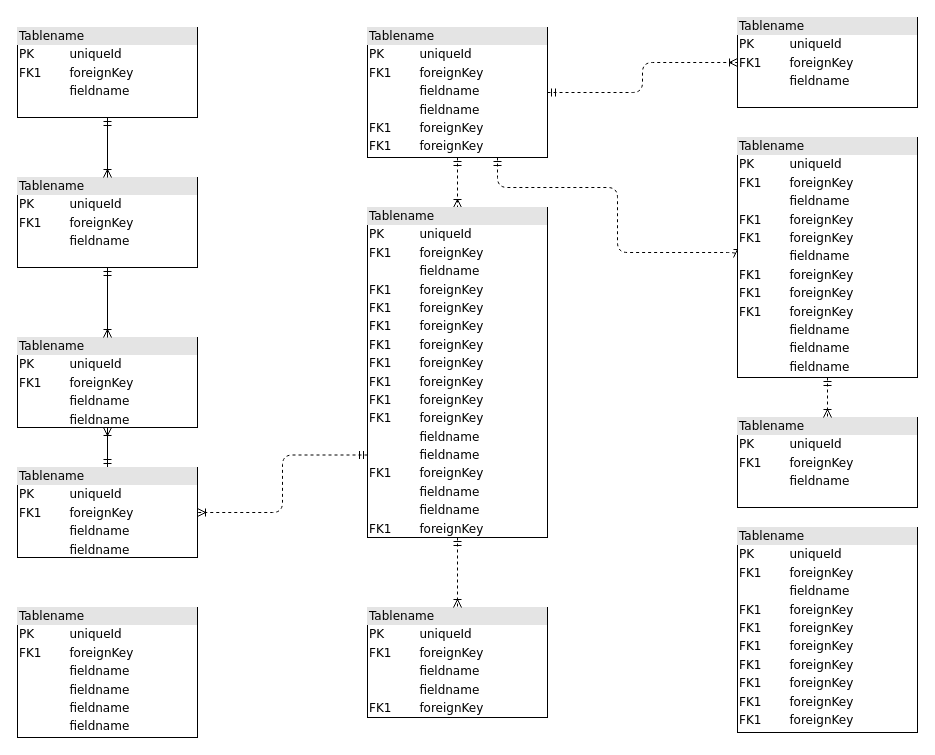
This is Diagrama sem nome.drawio from PauloRicardoMaciel/HotGarage, a draw.io file, before an edit. Source tidied: cells renumbered, new cells numbered last; positions are measured from the earlier drawing's top-left corner, leaving out a move shared by most shapes. Both pictures are drawn from the tidied source at 100%, with x=0, y=0 at pixel (17, 17).
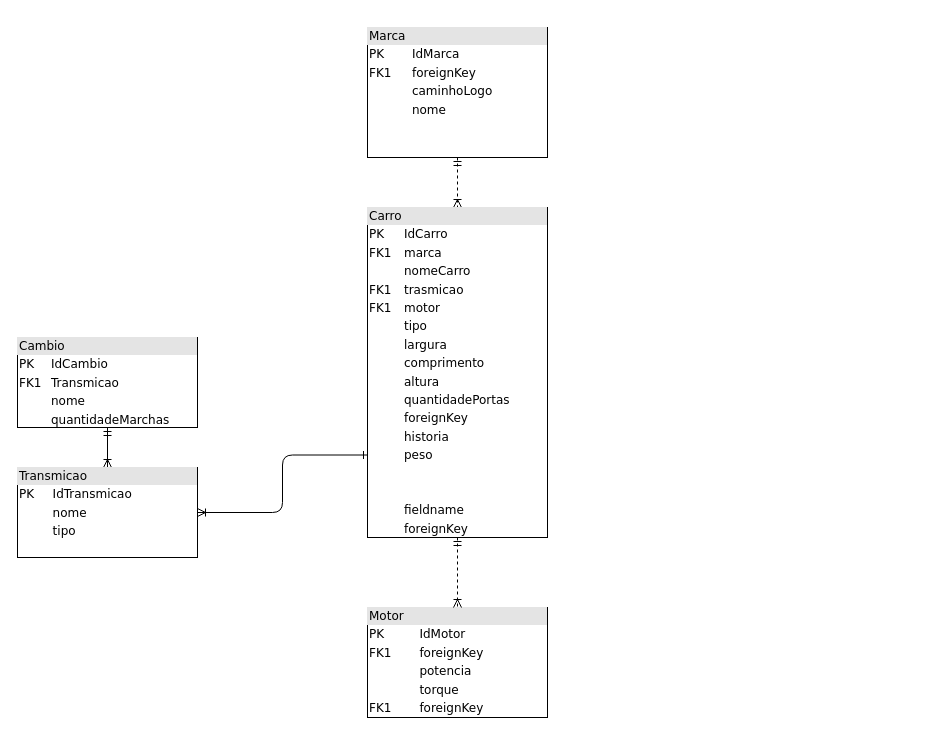
The same page after the edit.

Diff of the diagram source:
```diff
@@
-    <mxCell id="2" value="&lt;div style=&quot;box-sizing:border-box;width:100%;background:#e4e4e4;padding:2px;&quot;&gt;Tablename&lt;/div&gt;&lt;table style=&quot;width:100%;font-size:1em;&quot; cellpadding=&quot;2&quot; cellspacing=&quot;0&quot;&gt;&lt;tr&gt;&lt;td&gt;PK&lt;/td&gt;&lt;td&gt;uniqueId&lt;/td&gt;&lt;/tr&gt;&lt;tr&gt;&lt;td&gt;FK1&lt;/td&gt;&lt;td&gt;foreignKey&lt;/td&gt;&lt;/tr&gt;&lt;tr&gt;&lt;td&gt;&lt;/td&gt;&lt;td&gt;fieldname&lt;/td&gt;&lt;/tr&gt;&lt;/table&gt;" style="verticalAlign=top;align=left;overflow=fill;html=1;rounded=0;shadow=0;comic=0;labelBackgroundColor=none;strokeWidth=1;fontFamily=Verdana;fontSize=12;" parent="1" vertex="1">
-      <mxGeometry y="10" width="180" height="90" as="geometry" />
-    </mxCell>
@@
-    <mxCell id="4" style="edgeStyle=orthogonalEdgeStyle;html=1;dashed=1;labelBackgroundColor=none;startArrow=ERmandOne;endArrow=ERoneToMany;fontFamily=Verdana;fontSize=12;align=left;entryX=0;entryY=0.5;" parent="1" edge="1" source="6" target="19">
-      <mxGeometry relative="1" as="geometry">
-        <Array as="points">
-          <mxPoint x="480" y="170" />
-          <mxPoint x="600" y="170" />
-          <mxPoint x="600" y="235" />
-        </Array>
-      </mxGeometry>
-    </mxCell>
-    <mxCell id="5" style="edgeStyle=orthogonalEdgeStyle;html=1;dashed=1;labelBackgroundColor=none;startArrow=ERmandOne;endArrow=ERoneToMany;fontFamily=Verdana;fontSize=12;align=left;" parent="1" edge="1" source="6" target="20">
-      <mxGeometry relative="1" as="geometry" />
-    </mxCell>
-    <mxCell id="6" value="&lt;div style=&quot;box-sizing: border-box ; width: 100% ; background: #e4e4e4 ; padding: 2px&quot;&gt;Tablename&lt;/div&gt;&lt;table style=&quot;width: 100% ; font-size: 1em&quot; cellpadding=&quot;2&quot; cellspacing=&quot;0&quot;&gt;&lt;tbody&gt;&lt;tr&gt;&lt;td&gt;PK&lt;/td&gt;&lt;td&gt;uniqueId&lt;/td&gt;&lt;/tr&gt;&lt;tr&gt;&lt;td&gt;FK1&lt;/td&gt;&lt;td&gt;foreignKey&lt;/td&gt;&lt;/tr&gt;&lt;tr&gt;&lt;td&gt;&lt;/td&gt;&lt;td&gt;fieldname&lt;/td&gt;&lt;/tr&gt;&lt;tr&gt;&lt;td&gt;&lt;br&gt;&lt;/td&gt;&lt;td&gt;fieldname&lt;br&gt;&lt;/td&gt;&lt;/tr&gt;&lt;tr&gt;&lt;td&gt;FK1&lt;br&gt;&lt;/td&gt;&lt;td&gt;foreignKey&lt;br&gt;&lt;/td&gt;&lt;/tr&gt;&lt;tr&gt;&lt;td&gt;FK1&lt;br&gt;&lt;/td&gt;&lt;td&gt;foreignKey&lt;br&gt;&lt;/td&gt;&lt;/tr&gt;&lt;/tbody&gt;&lt;/table&gt;" style="verticalAlign=top;align=left;overflow=fill;html=1;rounded=0;shadow=0;comic=0;labelBackgroundColor=none;strokeWidth=1;fontFamily=Verdana;fontSize=12;" parent="1" vertex="1">
+    <mxCell id="6" value="&lt;div style=&quot;box-sizing: border-box ; width: 100% ; background: #e4e4e4 ; padding: 2px&quot;&gt;Marca&lt;/div&gt;&lt;table style=&quot;width: 100% ; font-size: 1em&quot; cellpadding=&quot;2&quot; cellspacing=&quot;0&quot;&gt;&lt;tbody&gt;&lt;tr&gt;&lt;td&gt;PK&lt;/td&gt;&lt;td&gt;IdMarca&lt;/td&gt;&lt;/tr&gt;&lt;tr&gt;&lt;td&gt;FK1&lt;/td&gt;&lt;td&gt;foreignKey&lt;/td&gt;&lt;/tr&gt;&lt;tr&gt;&lt;td&gt;&lt;/td&gt;&lt;td&gt;caminhoLogo&lt;/td&gt;&lt;/tr&gt;&lt;tr&gt;&lt;td&gt;&lt;br&gt;&lt;/td&gt;&lt;td&gt;nome&lt;/td&gt;&lt;/tr&gt;&lt;tr&gt;&lt;td&gt;&lt;br&gt;&lt;/td&gt;&lt;td&gt;&lt;br&gt;&lt;/td&gt;&lt;/tr&gt;&lt;tr&gt;&lt;td&gt;&lt;/td&gt;&lt;td&gt;&lt;br&gt;&lt;/td&gt;&lt;/tr&gt;&lt;/tbody&gt;&lt;/table&gt;" style="verticalAlign=top;align=left;overflow=fill;html=1;rounded=0;shadow=0;comic=0;labelBackgroundColor=none;strokeWidth=1;fontFamily=Verdana;fontSize=12;" parent="1" vertex="1">
       <mxGeometry x="350" y="10" width="180" height="130" as="geometry" />
     </mxCell>
-    <mxCell id="7" style="edgeStyle=orthogonalEdgeStyle;html=1;labelBackgroundColor=none;startArrow=ERmandOne;endArrow=ERoneToMany;fontFamily=Verdana;fontSize=12;align=left;" parent="1" edge="1" source="9" target="10">
+    <mxCell id="7" style="edgeStyle=orthogonalEdgeStyle;html=1;labelBackgroundColor=none;startArrow=ERoneToMany;endArrow=ERmandOne;fontFamily=Verdana;fontSize=12;align=left;startFill=0;endFill=0;" parent="1" edge="1" source="9" target="10">
       <mxGeometry relative="1" as="geometry" />
     </mxCell>
-    <mxCell id="8" style="edgeStyle=orthogonalEdgeStyle;html=1;exitX=0;exitY=0.75;entryX=1;entryY=0.5;dashed=1;labelBackgroundColor=none;startArrow=ERmandOne;endArrow=ERoneToMany;fontFamily=Verdana;fontSize=12;align=left;" parent="1" edge="1" source="16" target="9">
+    <mxCell id="8" style="edgeStyle=orthogonalEdgeStyle;html=1;exitX=0;exitY=0.75;entryX=1;entryY=0.5;labelBackgroundColor=none;startArrow=ERone;endArrow=ERoneToMany;fontFamily=Verdana;fontSize=12;align=left;startFill=0;" parent="1" edge="1" source="16" target="9">
       <mxGeometry relative="1" as="geometry" />
     </mxCell>
-    <mxCell id="9" value="&lt;div style=&quot;box-sizing: border-box ; width: 100% ; background: #e4e4e4 ; padding: 2px&quot;&gt;Tablename&lt;/div&gt;&lt;table style=&quot;width: 100% ; font-size: 1em&quot; cellpadding=&quot;2&quot; cellspacing=&quot;0&quot;&gt;&lt;tbody&gt;&lt;tr&gt;&lt;td&gt;PK&lt;/td&gt;&lt;td&gt;uniqueId&lt;/td&gt;&lt;/tr&gt;&lt;tr&gt;&lt;td&gt;FK1&lt;/td&gt;&lt;td&gt;foreignKey&lt;/td&gt;&lt;/tr&gt;&lt;tr&gt;&lt;td&gt;&lt;/td&gt;&lt;td&gt;fieldname&lt;/td&gt;&lt;/tr&gt;&lt;tr&gt;&lt;td&gt;&lt;br&gt;&lt;/td&gt;&lt;td&gt;fieldname&lt;br&gt;&lt;/td&gt;&lt;/tr&gt;&lt;/tbody&gt;&lt;/table&gt;" style="verticalAlign=top;align=left;overflow=fill;html=1;rounded=0;shadow=0;comic=0;labelBackgroundColor=none;strokeWidth=1;fontFamily=Verdana;fontSize=12;" parent="1" vertex="1">
+    <mxCell id="9" value="&lt;div style=&quot;box-sizing: border-box ; width: 100% ; background: #e4e4e4 ; padding: 2px&quot;&gt;Transmicao&lt;/div&gt;&lt;table style=&quot;width: 100% ; font-size: 1em&quot; cellpadding=&quot;2&quot; cellspacing=&quot;0&quot;&gt;&lt;tbody&gt;&lt;tr&gt;&lt;td&gt;PK&lt;/td&gt;&lt;td&gt;IdTransmicao&lt;/td&gt;&lt;/tr&gt;&lt;tr&gt;&lt;td&gt;&lt;br&gt;&lt;/td&gt;&lt;td&gt;nome&lt;/td&gt;&lt;/tr&gt;&lt;tr&gt;&lt;td&gt;&lt;br&gt;&lt;/td&gt;&lt;td&gt;tipo&lt;/td&gt;&lt;/tr&gt;&lt;tr&gt;&lt;td&gt;&lt;br&gt;&lt;/td&gt;&lt;td&gt;&lt;br&gt;&lt;/td&gt;&lt;/tr&gt;&lt;/tbody&gt;&lt;/table&gt;" style="verticalAlign=top;align=left;overflow=fill;html=1;rounded=0;shadow=0;comic=0;labelBackgroundColor=none;strokeWidth=1;fontFamily=Verdana;fontSize=12;" parent="1" vertex="1">
       <mxGeometry y="450" width="180" height="90" as="geometry" />
     </mxCell>
-    <mxCell id="10" value="&lt;div style=&quot;box-sizing: border-box ; width: 100% ; background: #e4e4e4 ; padding: 2px&quot;&gt;Tablename&lt;/div&gt;&lt;table style=&quot;width: 100% ; font-size: 1em&quot; cellpadding=&quot;2&quot; cellspacing=&quot;0&quot;&gt;&lt;tbody&gt;&lt;tr&gt;&lt;td&gt;PK&lt;/td&gt;&lt;td&gt;uniqueId&lt;/td&gt;&lt;/tr&gt;&lt;tr&gt;&lt;td&gt;FK1&lt;/td&gt;&lt;td&gt;foreignKey&lt;/td&gt;&lt;/tr&gt;&lt;tr&gt;&lt;td&gt;&lt;/td&gt;&lt;td&gt;fieldname&lt;/td&gt;&lt;/tr&gt;&lt;tr&gt;&lt;td&gt;&lt;br&gt;&lt;/td&gt;&lt;td&gt;fieldname&lt;br&gt;&lt;/td&gt;&lt;/tr&gt;&lt;/tbody&gt;&lt;/table&gt;" style="verticalAlign=top;align=left;overflow=fill;html=1;rounded=0;shadow=0;comic=0;labelBackgroundColor=none;strokeWidth=1;fontFamily=Verdana;fontSize=12;" parent="1" vertex="1">
+    <mxCell id="10" value="&lt;div style=&quot;box-sizing: border-box ; width: 100% ; background: #e4e4e4 ; padding: 2px&quot;&gt;Cambio&lt;/div&gt;&lt;table style=&quot;width: 100% ; font-size: 1em&quot; cellpadding=&quot;2&quot; cellspacing=&quot;0&quot;&gt;&lt;tbody&gt;&lt;tr&gt;&lt;td&gt;PK&lt;/td&gt;&lt;td&gt;IdCambio&lt;/td&gt;&lt;/tr&gt;&lt;tr&gt;&lt;td&gt;FK1&lt;/td&gt;&lt;td&gt;Transmicao&lt;/td&gt;&lt;/tr&gt;&lt;tr&gt;&lt;td&gt;&lt;/td&gt;&lt;td&gt;nome&lt;/td&gt;&lt;/tr&gt;&lt;tr&gt;&lt;td&gt;&lt;br&gt;&lt;/td&gt;&lt;td&gt;quantidadeMarchas&lt;/td&gt;&lt;/tr&gt;&lt;/tbody&gt;&lt;/table&gt;" style="verticalAlign=top;align=left;overflow=fill;html=1;rounded=0;shadow=0;comic=0;labelBackgroundColor=none;strokeWidth=1;fontFamily=Verdana;fontSize=12;" parent="1" vertex="1">
       <mxGeometry y="320" width="180" height="90" as="geometry" />
     </mxCell>
-    <mxCell id="11" style="edgeStyle=orthogonalEdgeStyle;html=1;entryX=0.5;entryY=0;labelBackgroundColor=none;startArrow=ERmandOne;endArrow=ERoneToMany;fontFamily=Verdana;fontSize=12;align=left;" parent="1" edge="1" source="12" target="10">
-      <mxGeometry relative="1" as="geometry" />
-    </mxCell>
-    <mxCell id="12" value="&lt;div style=&quot;box-sizing:border-box;width:100%;background:#e4e4e4;padding:2px;&quot;&gt;Tablename&lt;/div&gt;&lt;table style=&quot;width:100%;font-size:1em;&quot; cellpadding=&quot;2&quot; cellspacing=&quot;0&quot;&gt;&lt;tr&gt;&lt;td&gt;PK&lt;/td&gt;&lt;td&gt;uniqueId&lt;/td&gt;&lt;/tr&gt;&lt;tr&gt;&lt;td&gt;FK1&lt;/td&gt;&lt;td&gt;foreignKey&lt;/td&gt;&lt;/tr&gt;&lt;tr&gt;&lt;td&gt;&lt;/td&gt;&lt;td&gt;fieldname&lt;/td&gt;&lt;/tr&gt;&lt;/table&gt;" style="verticalAlign=top;align=left;overflow=fill;html=1;rounded=0;shadow=0;comic=0;labelBackgroundColor=none;strokeWidth=1;fontFamily=Verdana;fontSize=12;" parent="1" vertex="1">
-      <mxGeometry y="160" width="180" height="90" as="geometry" />
-    </mxCell>
-    <mxCell id="13" value="&lt;div style=&quot;box-sizing: border-box ; width: 100% ; background: #e4e4e4 ; padding: 2px&quot;&gt;Tablename&lt;/div&gt;&lt;table style=&quot;width: 100% ; font-size: 1em&quot; cellpadding=&quot;2&quot; cellspacing=&quot;0&quot;&gt;&lt;tbody&gt;&lt;tr&gt;&lt;td&gt;PK&lt;/td&gt;&lt;td&gt;uniqueId&lt;/td&gt;&lt;/tr&gt;&lt;tr&gt;&lt;td&gt;FK1&lt;/td&gt;&lt;td&gt;foreignKey&lt;/td&gt;&lt;/tr&gt;&lt;tr&gt;&lt;td&gt;&lt;/td&gt;&lt;td&gt;fieldname&lt;/td&gt;&lt;/tr&gt;&lt;tr&gt;&lt;td&gt;FK1&lt;br&gt;&lt;/td&gt;&lt;td&gt;foreignKey&lt;br&gt;&lt;/td&gt;&lt;/tr&gt;&lt;tr&gt;&lt;td&gt;FK1&lt;br&gt;&lt;/td&gt;&lt;td&gt;foreignKey&lt;br&gt;&lt;/td&gt;&lt;/tr&gt;&lt;tr&gt;&lt;td&gt;FK1&lt;br&gt;&lt;/td&gt;&lt;td&gt;foreignKey&lt;br&gt;&lt;/td&gt;&lt;/tr&gt;&lt;tr&gt;&lt;td&gt;FK1&lt;br&gt;&lt;/td&gt;&lt;td&gt;foreignKey&lt;br&gt;&lt;/td&gt;&lt;/tr&gt;&lt;tr&gt;&lt;td&gt;FK1&lt;br&gt;&lt;/td&gt;&lt;td&gt;foreignKey&lt;br&gt;&lt;/td&gt;&lt;/tr&gt;&lt;tr&gt;&lt;td&gt;FK1&lt;br&gt;&lt;/td&gt;&lt;td&gt;foreignKey&lt;br&gt;&lt;/td&gt;&lt;/tr&gt;&lt;tr&gt;&lt;td&gt;FK1&lt;br&gt;&lt;/td&gt;&lt;td&gt;foreignKey&lt;br&gt;&lt;/td&gt;&lt;/tr&gt;&lt;/tbody&gt;&lt;/table&gt;" style="verticalAlign=top;align=left;overflow=fill;html=1;rounded=0;shadow=0;comic=0;labelBackgroundColor=none;strokeWidth=1;fontFamily=Verdana;fontSize=12;" parent="1" vertex="1">
-      <mxGeometry x="720" y="510" width="180" height="205" as="geometry" />
-    </mxCell>
-    <mxCell id="14" value="&lt;div style=&quot;box-sizing: border-box ; width: 100% ; background: #e4e4e4 ; padding: 2px&quot;&gt;Tablename&lt;/div&gt;&lt;table style=&quot;width: 100% ; font-size: 1em&quot; cellpadding=&quot;2&quot; cellspacing=&quot;0&quot;&gt;&lt;tbody&gt;&lt;tr&gt;&lt;td&gt;PK&lt;/td&gt;&lt;td&gt;uniqueId&lt;/td&gt;&lt;/tr&gt;&lt;tr&gt;&lt;td&gt;FK1&lt;/td&gt;&lt;td&gt;foreignKey&lt;/td&gt;&lt;/tr&gt;&lt;tr&gt;&lt;td&gt;&lt;/td&gt;&lt;td&gt;fieldname&lt;/td&gt;&lt;/tr&gt;&lt;tr&gt;&lt;td&gt;&lt;br&gt;&lt;/td&gt;&lt;td&gt;fieldname&lt;br&gt;&lt;/td&gt;&lt;/tr&gt;&lt;tr&gt;&lt;td&gt;FK1&lt;br&gt;&lt;/td&gt;&lt;td&gt;foreignKey&lt;br&gt;&lt;/td&gt;&lt;/tr&gt;&lt;/tbody&gt;&lt;/table&gt;" style="verticalAlign=top;align=left;overflow=fill;html=1;rounded=0;shadow=0;comic=0;labelBackgroundColor=none;strokeWidth=1;fontFamily=Verdana;fontSize=12;" parent="1" vertex="1">
+    <mxCell id="14" value="&lt;div style=&quot;box-sizing: border-box ; width: 100% ; background: #e4e4e4 ; padding: 2px&quot;&gt;Motor&lt;/div&gt;&lt;table style=&quot;width: 100% ; font-size: 1em&quot; cellpadding=&quot;2&quot; cellspacing=&quot;0&quot;&gt;&lt;tbody&gt;&lt;tr&gt;&lt;td&gt;PK&lt;/td&gt;&lt;td&gt;IdMotor&lt;/td&gt;&lt;/tr&gt;&lt;tr&gt;&lt;td&gt;FK1&lt;/td&gt;&lt;td&gt;foreignKey&lt;/td&gt;&lt;/tr&gt;&lt;tr&gt;&lt;td&gt;&lt;/td&gt;&lt;td&gt;potencia&lt;/td&gt;&lt;/tr&gt;&lt;tr&gt;&lt;td&gt;&lt;br&gt;&lt;/td&gt;&lt;td&gt;torque&lt;/td&gt;&lt;/tr&gt;&lt;tr&gt;&lt;td&gt;FK1&lt;br&gt;&lt;/td&gt;&lt;td&gt;foreignKey&lt;br&gt;&lt;/td&gt;&lt;/tr&gt;&lt;/tbody&gt;&lt;/table&gt;" style="verticalAlign=top;align=left;overflow=fill;html=1;rounded=0;shadow=0;comic=0;labelBackgroundColor=none;strokeWidth=1;fontFamily=Verdana;fontSize=12;" parent="1" vertex="1">
       <mxGeometry x="350" y="590" width="180" height="110" as="geometry" />
     </mxCell>
@@
-    <mxCell id="16" value="&lt;div style=&quot;box-sizing: border-box ; width: 100% ; background: #e4e4e4 ; padding: 2px&quot;&gt;Tablename&lt;/div&gt;&lt;table style=&quot;width: 100% ; font-size: 1em&quot; cellpadding=&quot;2&quot; cellspacing=&quot;0&quot;&gt;&lt;tbody&gt;&lt;tr&gt;&lt;td&gt;PK&lt;/td&gt;&lt;td&gt;uniqueId&lt;/td&gt;&lt;/tr&gt;&lt;tr&gt;&lt;td&gt;FK1&lt;/td&gt;&lt;td&gt;foreignKey&lt;/td&gt;&lt;/tr&gt;&lt;tr&gt;&lt;td&gt;&lt;/td&gt;&lt;td&gt;fieldname&lt;/td&gt;&lt;/tr&gt;&lt;tr&gt;&lt;td&gt;FK1&lt;br&gt;&lt;/td&gt;&lt;td&gt;foreignKey&lt;br&gt;&lt;/td&gt;&lt;/tr&gt;&lt;tr&gt;&lt;td&gt;FK1&lt;br&gt;&lt;/td&gt;&lt;td&gt;foreignKey&lt;br&gt;&lt;/td&gt;&lt;/tr&gt;&lt;tr&gt;&lt;td&gt;FK1&lt;br&gt;&lt;/td&gt;&lt;td&gt;foreignKey&lt;br&gt;&lt;/td&gt;&lt;/tr&gt;&lt;tr&gt;&lt;td&gt;FK1&lt;br&gt;&lt;/td&gt;&lt;td&gt;foreignKey&lt;br&gt;&lt;/td&gt;&lt;/tr&gt;&lt;tr&gt;&lt;td&gt;FK1&lt;br&gt;&lt;/td&gt;&lt;td&gt;foreignKey&lt;br&gt;&lt;/td&gt;&lt;/tr&gt;&lt;tr&gt;&lt;td&gt;FK1&lt;br&gt;&lt;/td&gt;&lt;td&gt;foreignKey&lt;br&gt;&lt;/td&gt;&lt;/tr&gt;&lt;tr&gt;&lt;td&gt;FK1&lt;br&gt;&lt;/td&gt;&lt;td&gt;foreignKey&lt;br&gt;&lt;/td&gt;&lt;/tr&gt;&lt;tr&gt;&lt;td&gt;FK1&lt;br&gt;&lt;/td&gt;&lt;td&gt;foreignKey&lt;br&gt;&lt;/td&gt;&lt;/tr&gt;&lt;tr&gt;&lt;td&gt;&lt;br&gt;&lt;/td&gt;&lt;td&gt;fieldname&lt;br&gt;&lt;/td&gt;&lt;/tr&gt;&lt;tr&gt;&lt;td&gt;&lt;br&gt;&lt;/td&gt;&lt;td&gt;fieldname&lt;br&gt;&lt;/td&gt;&lt;/tr&gt;&lt;tr&gt;&lt;td&gt;FK1&lt;br&gt;&lt;/td&gt;&lt;td&gt;foreignKey&lt;br&gt;&lt;/td&gt;&lt;/tr&gt;&lt;tr&gt;&lt;td&gt;&lt;br&gt;&lt;/td&gt;&lt;td&gt;fieldname&lt;br&gt;&lt;/td&gt;&lt;/tr&gt;&lt;tr&gt;&lt;td&gt;&lt;br&gt;&lt;/td&gt;&lt;td&gt;fieldname&lt;br&gt;&lt;/td&gt;&lt;/tr&gt;&lt;tr&gt;&lt;td&gt;FK1&lt;br&gt;&lt;/td&gt;&lt;td&gt;foreignKey&lt;br&gt;&lt;/td&gt;&lt;/tr&gt;&lt;/tbody&gt;&lt;/table&gt;" style="verticalAlign=top;align=left;overflow=fill;html=1;rounded=0;shadow=0;comic=0;labelBackgroundColor=none;strokeWidth=1;fontFamily=Verdana;fontSize=12;" parent="1" vertex="1">
+    <mxCell id="16" value="&lt;div style=&quot;box-sizing: border-box ; width: 100% ; background: #e4e4e4 ; padding: 2px&quot;&gt;Carro&lt;/div&gt;&lt;table style=&quot;width: 100% ; font-size: 1em&quot; cellpadding=&quot;2&quot; cellspacing=&quot;0&quot;&gt;&lt;tbody&gt;&lt;tr&gt;&lt;td&gt;PK&lt;/td&gt;&lt;td&gt;IdCarro&lt;/td&gt;&lt;/tr&gt;&lt;tr&gt;&lt;td&gt;FK1&lt;/td&gt;&lt;td&gt;marca&lt;/td&gt;&lt;/tr&gt;&lt;tr&gt;&lt;td&gt;&lt;/td&gt;&lt;td&gt;nomeCarro&lt;/td&gt;&lt;/tr&gt;&lt;tr&gt;&lt;td&gt;FK1&lt;br&gt;&lt;/td&gt;&lt;td&gt;trasmicao&lt;/td&gt;&lt;/tr&gt;&lt;tr&gt;&lt;td&gt;FK1&lt;br&gt;&lt;/td&gt;&lt;td&gt;motor&lt;/td&gt;&lt;/tr&gt;&lt;tr&gt;&lt;td&gt;&lt;br&gt;&lt;/td&gt;&lt;td&gt;tipo&lt;/td&gt;&lt;/tr&gt;&lt;tr&gt;&lt;td&gt;&lt;br&gt;&lt;/td&gt;&lt;td&gt;largura&lt;/td&gt;&lt;/tr&gt;&lt;tr&gt;&lt;td&gt;&lt;br&gt;&lt;/td&gt;&lt;td&gt;comprimento&lt;br&gt;&lt;/td&gt;&lt;/tr&gt;&lt;tr&gt;&lt;td&gt;&lt;br&gt;&lt;/td&gt;&lt;td&gt;altura&lt;/td&gt;&lt;/tr&gt;&lt;tr&gt;&lt;td&gt;&lt;br&gt;&lt;/td&gt;&lt;td&gt;quantidadePortas&lt;/td&gt;&lt;/tr&gt;&lt;tr&gt;&lt;td&gt;&lt;br&gt;&lt;/td&gt;&lt;td&gt;foreignKey&lt;br&gt;&lt;/td&gt;&lt;/tr&gt;&lt;tr&gt;&lt;td&gt;&lt;br&gt;&lt;/td&gt;&lt;td&gt;historia&lt;/td&gt;&lt;/tr&gt;&lt;tr&gt;&lt;td&gt;&lt;br&gt;&lt;/td&gt;&lt;td&gt;peso&lt;/td&gt;&lt;/tr&gt;&lt;tr&gt;&lt;td&gt;&lt;br&gt;&lt;/td&gt;&lt;td&gt;&lt;br&gt;&lt;/td&gt;&lt;/tr&gt;&lt;tr&gt;&lt;td&gt;&lt;br&gt;&lt;/td&gt;&lt;td&gt;&lt;br&gt;&lt;/td&gt;&lt;/tr&gt;&lt;tr&gt;&lt;td&gt;&lt;br&gt;&lt;/td&gt;&lt;td&gt;fieldname&lt;br&gt;&lt;/td&gt;&lt;/tr&gt;&lt;tr&gt;&lt;td&gt;&lt;br&gt;&lt;/td&gt;&lt;td&gt;foreignKey&lt;br&gt;&lt;/td&gt;&lt;/tr&gt;&lt;/tbody&gt;&lt;/table&gt;" style="verticalAlign=top;align=left;overflow=fill;html=1;rounded=0;shadow=0;comic=0;labelBackgroundColor=none;strokeWidth=1;fontFamily=Verdana;fontSize=12;" parent="1" vertex="1">
       <mxGeometry x="350" y="190" width="180" height="330" as="geometry" />
     </mxCell>
-    <mxCell id="17" value="&lt;div style=&quot;box-sizing:border-box;width:100%;background:#e4e4e4;padding:2px;&quot;&gt;Tablename&lt;/div&gt;&lt;table style=&quot;width:100%;font-size:1em;&quot; cellpadding=&quot;2&quot; cellspacing=&quot;0&quot;&gt;&lt;tr&gt;&lt;td&gt;PK&lt;/td&gt;&lt;td&gt;uniqueId&lt;/td&gt;&lt;/tr&gt;&lt;tr&gt;&lt;td&gt;FK1&lt;/td&gt;&lt;td&gt;foreignKey&lt;/td&gt;&lt;/tr&gt;&lt;tr&gt;&lt;td&gt;&lt;/td&gt;&lt;td&gt;fieldname&lt;/td&gt;&lt;/tr&gt;&lt;/table&gt;" style="verticalAlign=top;align=left;overflow=fill;html=1;rounded=0;shadow=0;comic=0;labelBackgroundColor=none;strokeWidth=1;fontFamily=Verdana;fontSize=12;" parent="1" vertex="1">
-      <mxGeometry x="720" y="400" width="180" height="90" as="geometry" />
-    </mxCell>
-    <mxCell id="18" style="edgeStyle=orthogonalEdgeStyle;html=1;entryX=0.5;entryY=0;dashed=1;labelBackgroundColor=none;startArrow=ERmandOne;endArrow=ERoneToMany;fontFamily=Verdana;fontSize=12;align=left;" parent="1" edge="1" source="19" target="17">
-      <mxGeometry relative="1" as="geometry" />
-    </mxCell>
-    <mxCell id="19" value="&lt;div style=&quot;box-sizing: border-box ; width: 100% ; background: #e4e4e4 ; padding: 2px&quot;&gt;Tablename&lt;/div&gt;&lt;table style=&quot;width: 100% ; font-size: 1em&quot; cellpadding=&quot;2&quot; cellspacing=&quot;0&quot;&gt;&lt;tbody&gt;&lt;tr&gt;&lt;td&gt;PK&lt;/td&gt;&lt;td&gt;uniqueId&lt;/td&gt;&lt;/tr&gt;&lt;tr&gt;&lt;td&gt;FK1&lt;/td&gt;&lt;td&gt;foreignKey&lt;/td&gt;&lt;/tr&gt;&lt;tr&gt;&lt;td&gt;&lt;/td&gt;&lt;td&gt;fieldname&lt;/td&gt;&lt;/tr&gt;&lt;tr&gt;&lt;td&gt;FK1&lt;br&gt;&lt;/td&gt;&lt;td&gt;foreignKey&lt;br&gt;&lt;/td&gt;&lt;/tr&gt;&lt;tr&gt;&lt;td&gt;FK1&lt;br&gt;&lt;/td&gt;&lt;td&gt;foreignKey&lt;br&gt;&lt;/td&gt;&lt;/tr&gt;&lt;tr&gt;&lt;td&gt;&lt;br&gt;&lt;/td&gt;&lt;td&gt;fieldname&lt;br&gt;&lt;/td&gt;&lt;/tr&gt;&lt;tr&gt;&lt;td&gt;FK1&lt;br&gt;&lt;/td&gt;&lt;td&gt;foreignKey&lt;br&gt;&lt;/td&gt;&lt;/tr&gt;&lt;tr&gt;&lt;td&gt;FK1&lt;br&gt;&lt;/td&gt;&lt;td&gt;foreignKey&lt;br&gt;&lt;/td&gt;&lt;/tr&gt;&lt;tr&gt;&lt;td&gt;FK1&lt;br&gt;&lt;/td&gt;&lt;td&gt;foreignKey&lt;br&gt;&lt;/td&gt;&lt;/tr&gt;&lt;tr&gt;&lt;td&gt;&lt;br&gt;&lt;/td&gt;&lt;td&gt;fieldname&lt;br&gt;&lt;/td&gt;&lt;/tr&gt;&lt;tr&gt;&lt;td&gt;&lt;br&gt;&lt;/td&gt;&lt;td&gt;fieldname&lt;br&gt;&lt;/td&gt;&lt;/tr&gt;&lt;tr&gt;&lt;td&gt;&lt;br&gt;&lt;/td&gt;&lt;td&gt;fieldname&lt;br&gt;&lt;/td&gt;&lt;/tr&gt;&lt;/tbody&gt;&lt;/table&gt;" style="verticalAlign=top;align=left;overflow=fill;html=1;rounded=0;shadow=0;comic=0;labelBackgroundColor=none;strokeWidth=1;fontFamily=Verdana;fontSize=12;" parent="1" vertex="1">
-      <mxGeometry x="720" y="120" width="180" height="240" as="geometry" />
-    </mxCell>
-    <mxCell id="20" value="&lt;div style=&quot;box-sizing:border-box;width:100%;background:#e4e4e4;padding:2px;&quot;&gt;Tablename&lt;/div&gt;&lt;table style=&quot;width:100%;font-size:1em;&quot; cellpadding=&quot;2&quot; cellspacing=&quot;0&quot;&gt;&lt;tr&gt;&lt;td&gt;PK&lt;/td&gt;&lt;td&gt;uniqueId&lt;/td&gt;&lt;/tr&gt;&lt;tr&gt;&lt;td&gt;FK1&lt;/td&gt;&lt;td&gt;foreignKey&lt;/td&gt;&lt;/tr&gt;&lt;tr&gt;&lt;td&gt;&lt;/td&gt;&lt;td&gt;fieldname&lt;/td&gt;&lt;/tr&gt;&lt;/table&gt;" style="verticalAlign=top;align=left;overflow=fill;html=1;rounded=0;shadow=0;comic=0;labelBackgroundColor=none;strokeWidth=1;fontFamily=Verdana;fontSize=12;" parent="1" vertex="1">
-      <mxGeometry x="720" width="180" height="90" as="geometry" />
-    </mxCell>
-    <mxCell id="21" value="&lt;div style=&quot;box-sizing: border-box ; width: 100% ; background: #e4e4e4 ; padding: 2px&quot;&gt;Tablename&lt;/div&gt;&lt;table style=&quot;width: 100% ; font-size: 1em&quot; cellpadding=&quot;2&quot; cellspacing=&quot;0&quot;&gt;&lt;tbody&gt;&lt;tr&gt;&lt;td&gt;PK&lt;/td&gt;&lt;td&gt;uniqueId&lt;/td&gt;&lt;/tr&gt;&lt;tr&gt;&lt;td&gt;FK1&lt;/td&gt;&lt;td&gt;foreignKey&lt;/td&gt;&lt;/tr&gt;&lt;tr&gt;&lt;td&gt;&lt;/td&gt;&lt;td&gt;fieldname&lt;/td&gt;&lt;/tr&gt;&lt;tr&gt;&lt;td&gt;&lt;br&gt;&lt;/td&gt;&lt;td&gt;fieldname&lt;br&gt;&lt;/td&gt;&lt;/tr&gt;&lt;tr&gt;&lt;td&gt;&lt;br&gt;&lt;/td&gt;&lt;td&gt;fieldname&lt;br&gt;&lt;/td&gt;&lt;/tr&gt;&lt;tr&gt;&lt;td&gt;&lt;br&gt;&lt;/td&gt;&lt;td&gt;fieldname&lt;br&gt;&lt;/td&gt;&lt;/tr&gt;&lt;/tbody&gt;&lt;/table&gt;" style="verticalAlign=top;align=left;overflow=fill;html=1;rounded=0;shadow=0;comic=0;labelBackgroundColor=none;strokeWidth=1;fontFamily=Verdana;fontSize=12;" parent="1" vertex="1">
-      <mxGeometry y="590" width="180" height="130" as="geometry" />
-    </mxCell>
-    <mxCell id="22" style="edgeStyle=orthogonalEdgeStyle;html=1;endArrow=ERoneToMany;startArrow=ERmandOne;labelBackgroundColor=none;fontFamily=Verdana;fontSize=12;align=left;exitX=0.5;exitY=1;entryX=0.5;entryY=0;" parent="1" edge="1" source="2" target="12">
-      <mxGeometry relative="1" as="geometry" />
-    </mxCell>
```
